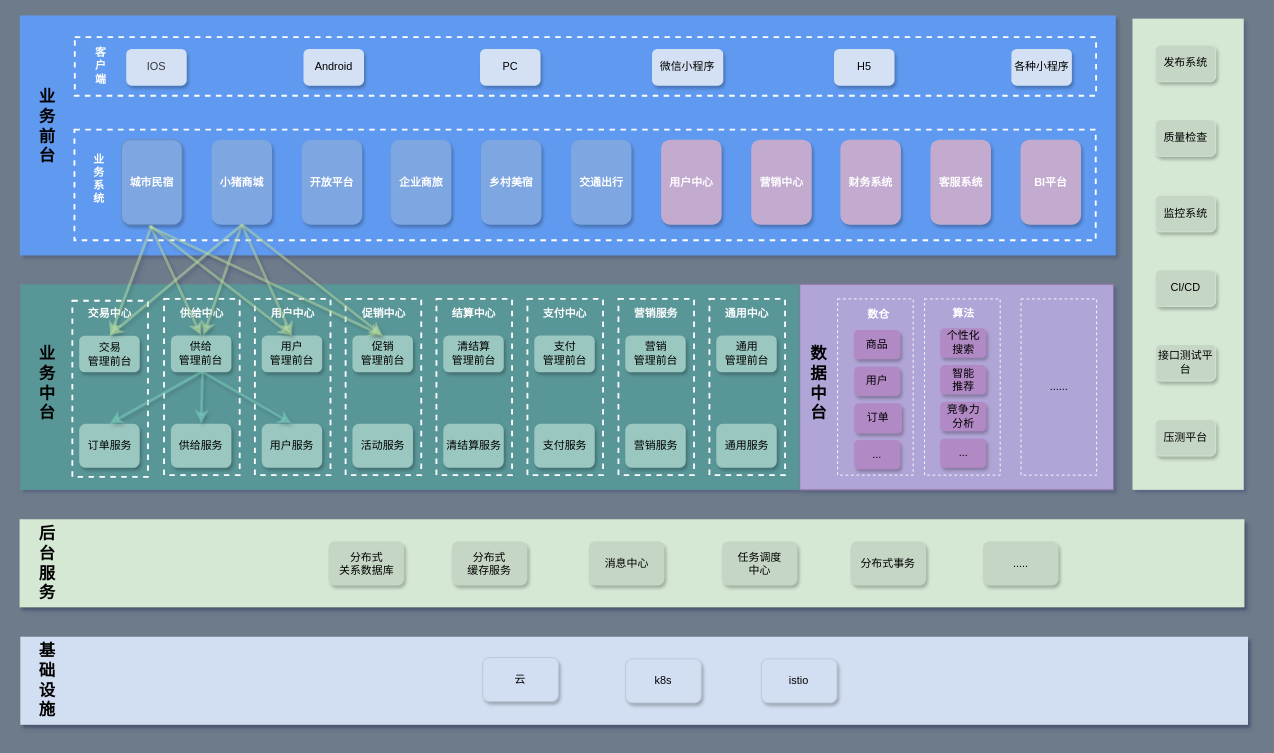
Before: page "业务中台功能视图" (2 of 15) of 业务系统架构.drawio in NonePro/UML, a draw.io diagram. Source tidied: cells renumbered, new cells numbered last; positions are measured from the earlier drawing's top-left corner, leaving out a move shared by most shapes. Both pictures are drawn from the tidied source at 91%, with x=0, y=0 at pixel (19, 15).
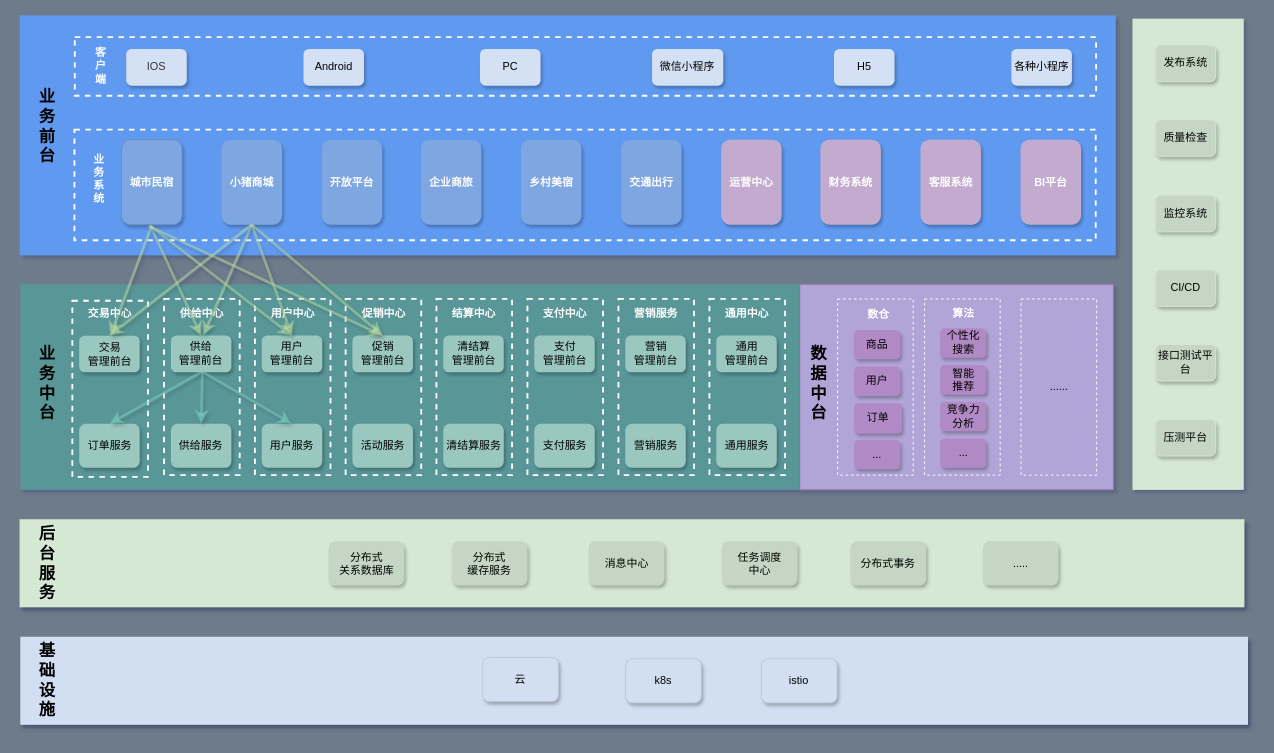
The same page after the edit.

Diff of the diagram source:
```diff
@@
     <mxCell id="92" value="&lt;b&gt;&lt;font color=&quot;#ffffff&quot;&gt;小猪商城&lt;/font&gt;&lt;/b&gt;" style="rounded=1;whiteSpace=wrap;html=1;strokeColor=none;shadow=1;fillColor=#7EA6E0;" parent="88" vertex="1">
-      <mxGeometry x="211" y="136" width="66.5" height="93.4" as="geometry" />
+      <mxGeometry x="222" y="136" width="66.5" height="93.4" as="geometry" />
     </mxCell>
     <mxCell id="93" value="&lt;b&gt;&lt;font color=&quot;#ffffff&quot;&gt;开放平台&lt;/font&gt;&lt;/b&gt;" style="rounded=1;whiteSpace=wrap;html=1;strokeColor=none;shadow=1;fillColor=#7EA6E0;" parent="88" vertex="1">
-      <mxGeometry x="310" y="136" width="66.5" height="93.4" as="geometry" />
+      <mxGeometry x="332" y="136" width="66.5" height="93.4" as="geometry" />
     </mxCell>
     <mxCell id="94" value="&lt;b&gt;&lt;font color=&quot;#ffffff&quot;&gt;企业商旅&lt;/font&gt;&lt;/b&gt;" style="rounded=1;whiteSpace=wrap;html=1;strokeColor=none;shadow=1;fillColor=#7EA6E0;" parent="88" vertex="1">
-      <mxGeometry x="408" y="136" width="66.5" height="93.4" as="geometry" />
+      <mxGeometry x="441" y="136" width="66.5" height="93.4" as="geometry" />
     </mxCell>
     <mxCell id="95" value="&lt;b&gt;&lt;font color=&quot;#ffffff&quot;&gt;乡村美宿&lt;/font&gt;&lt;/b&gt;" style="rounded=1;whiteSpace=wrap;html=1;strokeColor=none;shadow=1;fillColor=#7EA6E0;" parent="88" vertex="1">
-      <mxGeometry x="507" y="136" width="66.5" height="93.4" as="geometry" />
+      <mxGeometry x="551" y="136" width="66.5" height="93.4" as="geometry" />
     </mxCell>
     <mxCell id="96" value="&lt;b&gt;&lt;font color=&quot;#ffffff&quot;&gt;交通出行&lt;/font&gt;&lt;/b&gt;" style="rounded=1;whiteSpace=wrap;html=1;strokeColor=none;shadow=1;fillColor=#7EA6E0;" parent="88" vertex="1">
-      <mxGeometry x="606" y="136" width="66.5" height="93.4" as="geometry" />
+      <mxGeometry x="661" y="136" width="66.5" height="93.4" as="geometry" />
     </mxCell>
-    <mxCell id="97" value="&lt;font color=&quot;#ffffff&quot;&gt;&lt;b&gt;营销中心&lt;/b&gt;&lt;/font&gt;" style="rounded=1;whiteSpace=wrap;html=1;strokeColor=none;shadow=1;fillColor=#C3ABD0;" parent="88" vertex="1">
-      <mxGeometry x="804" y="136" width="66.5" height="93.4" as="geometry" />
+    <mxCell id="97" value="&lt;font color=&quot;#ffffff&quot;&gt;&lt;b&gt;运营中心&lt;/b&gt;&lt;/font&gt;" style="rounded=1;whiteSpace=wrap;html=1;strokeColor=none;shadow=1;fillColor=#C3ABD0;" parent="88" vertex="1">
+      <mxGeometry x="771" y="136" width="66.5" height="93.4" as="geometry" />
     </mxCell>
     <mxCell id="98" value="&lt;font color=&quot;#ffffff&quot;&gt;&lt;b&gt;财务系统&lt;/b&gt;&lt;/font&gt;" style="rounded=1;whiteSpace=wrap;html=1;strokeColor=none;shadow=1;fillColor=#C3ABD0;" parent="88" vertex="1">
-      <mxGeometry x="902" y="136" width="66.5" height="93.4" as="geometry" />
+      <mxGeometry x="880" y="136" width="66.5" height="93.4" as="geometry" />
     </mxCell>
@@
     <mxCell id="100" value="&lt;font color=&quot;#ffffff&quot;&gt;&lt;b&gt;客服系统&lt;/b&gt;&lt;/font&gt;" style="rounded=1;whiteSpace=wrap;html=1;strokeColor=none;shadow=1;fillColor=#C3ABD0;" parent="88" vertex="1">
-      <mxGeometry x="1001" y="136" width="66.5" height="93.4" as="geometry" />
+      <mxGeometry x="990" y="136" width="66.5" height="93.4" as="geometry" />
     </mxCell>
-    <mxCell id="101" value="&lt;font color=&quot;#ffffff&quot;&gt;&lt;b&gt;用户中心&lt;/b&gt;&lt;/font&gt;" style="rounded=1;whiteSpace=wrap;html=1;strokeColor=none;shadow=1;fillColor=#C3ABD0;" parent="88" vertex="1">
-      <mxGeometry x="705" y="136" width="66.5" height="93.4" as="geometry" />
-    </mxCell>
```
